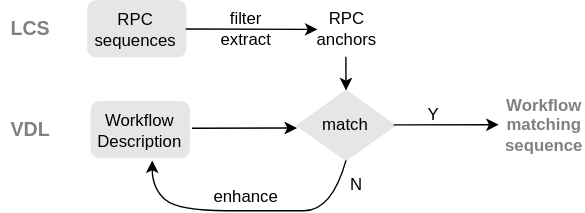
This is img/analytics-correlation.svg from cloudvista/vaa, a draw.io export, as it was before one commit. Source tidied: cells renumbered, new cells last; positions are measured from the earlier drawing's top-left corner, leaving out a move shared by most shapes.
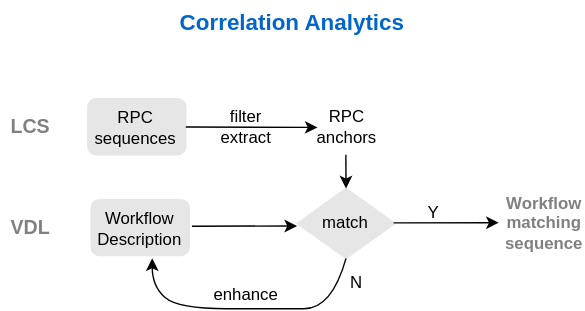
The same file after the commit.

Change to the diagram source:
```diff
@@ -77,5 +77,8 @@
     <mxCell id="20" value="&lt;b&gt;&lt;font style=&quot;font-size: 14px;&quot;&gt;VDL&lt;/font&gt;&lt;/b&gt;" style="text;strokeColor=none;align=center;fillColor=none;html=1;verticalAlign=middle;whiteSpace=wrap;rounded=0;fontColor=#808080;" parent="1" vertex="1">
       <mxGeometry y="81.6" width="43" height="20.9" as="geometry" />
     </mxCell>
+    <mxCell id="21" value="&lt;font color=&quot;#0066cc&quot;&gt;&lt;span style=&quot;font-size: 16px;&quot;&gt;&lt;b&gt;Correlation Analytics&lt;/b&gt;&lt;/span&gt;&lt;/font&gt;" style="text;html=1;align=center;verticalAlign=middle;strokeColor=none;fillColor=none;" parent="1" vertex="1">
+      <mxGeometry x="118.2" y="-70" width="180" height="30" as="geometry" />
+    </mxCell>
   </root>
 </mxGraphModel>
```
